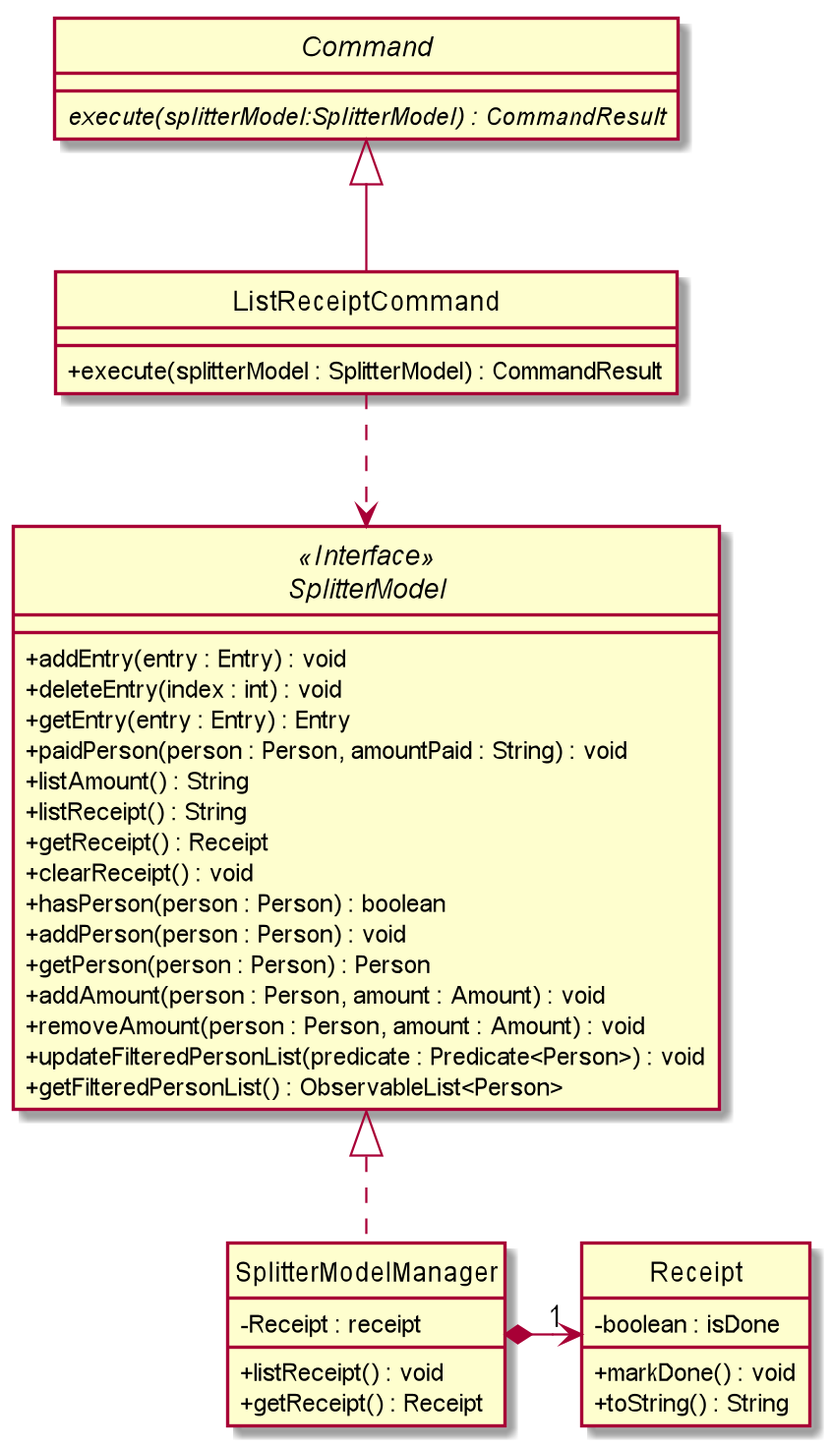
Earlier version of the PlantUML export images/ExpenseSplitterListReceiptCommandClassDiagram.png (AY1920S2-CS2103T-W13-1/main).
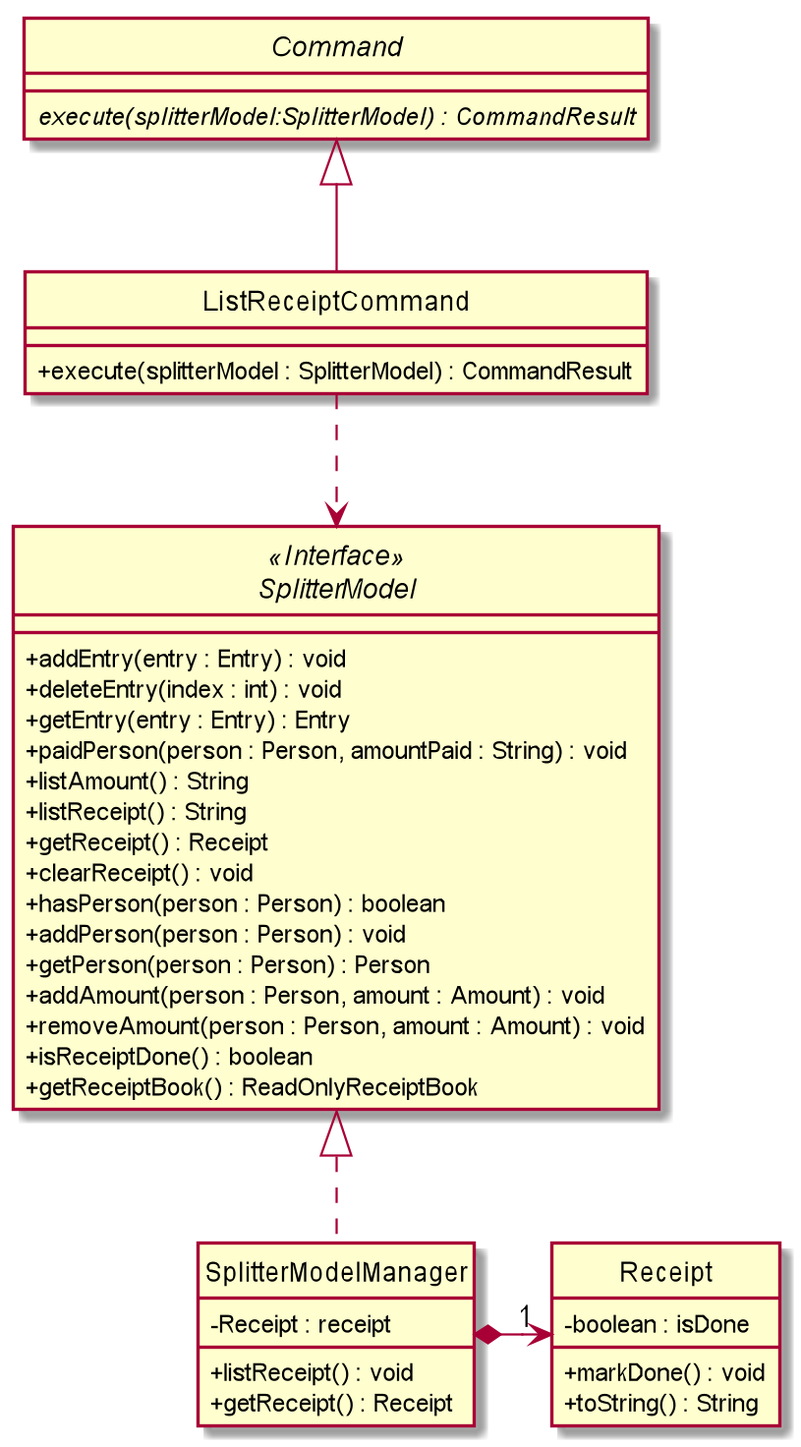
The same file after the commit.

What changed in the source:
```diff
@@ -37,8 +37,8 @@
     + getPerson(person : Person) : Person
     + addAmount(person : Person, amount : Amount) : void
     + removeAmount(person : Person, amount : Amount) : void
-    + updateFilteredPersonList(predicate : Predicate<Person>) : void
-    + getFilteredPersonList() : ObservableList<Person>
+    + isReceiptDone() : boolean
+    + getReceiptBook() : ReadOnlyReceiptBook
 
 
 }
```
